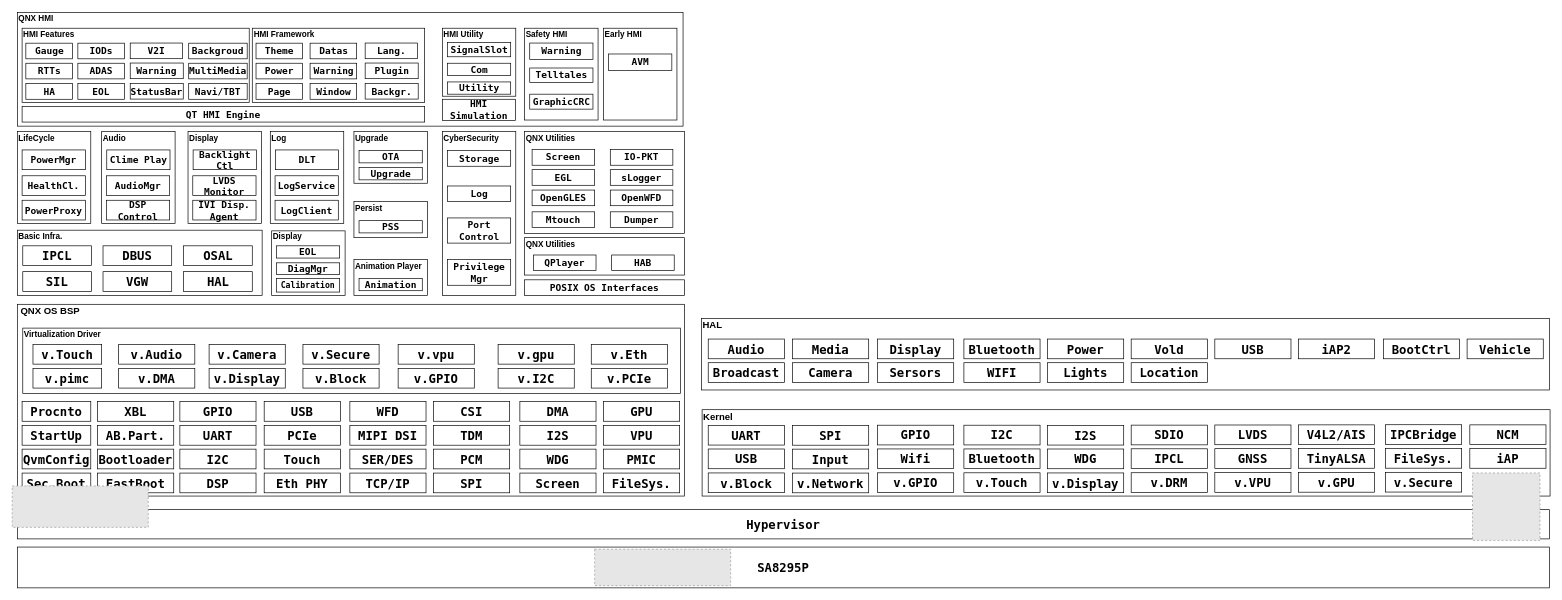
Above: AndroidAndQNX_8295.drawio in qxcjust/allkindsofArchitecture (draw.io), before the change. Source tidied: cells renumbered, new cells numbered last; positions are measured from the earlier drawing's top-left corner, leaving out a move shared by most shapes. Both pictures are drawn from the tidied source at 68%, with x=0, y=0 at pixel (12, 12). Pictures stored in the file or linked from it are replaced by grey dashed boxes.
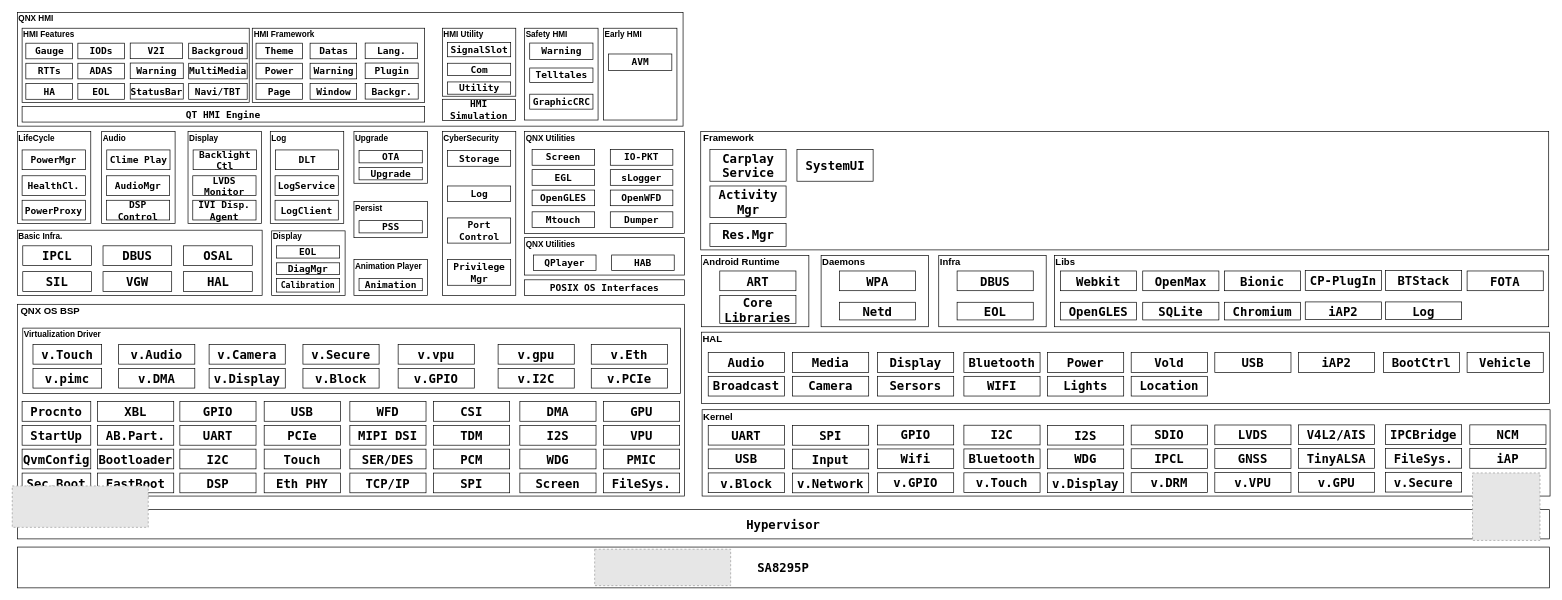
The same page after the edit.

The edit, as a diff of the source:
```diff
@@
     <mxCell id="194" style="rounded=0;whiteSpace=wrap;html=1;fontStyle=1;align=center;" parent="1" vertex="1">
-      <mxGeometry x="1013" y="451" width="1247" height="105" as="geometry" />
+      <mxGeometry x="1013" y="471" width="1247" height="105" as="geometry" />
     </mxCell>
     <mxCell id="195" value="&lt;font style=&quot;font-size: 14px;&quot;&gt;HAL&lt;/font&gt;" style="text;html=1;whiteSpace=wrap;strokeColor=none;fillColor=none;align=left;verticalAlign=middle;rounded=0;fontStyle=1;" parent="1" vertex="1">
-      <mxGeometry x="1013" y="451" width="121" height="19" as="geometry" />
+      <mxGeometry x="1013" y="471" width="121" height="19" as="geometry" />
     </mxCell>
     <mxCell id="196" value="&lt;font face=&quot;Lucida Console&quot;&gt;&lt;span style=&quot;font-size: 18px;&quot;&gt;Audio&lt;/span&gt;&lt;/font&gt;" style="rounded=0;whiteSpace=wrap;html=1;fontStyle=1;align=center;" parent="1" vertex="1">
-      <mxGeometry x="1023" y="481.1" width="112" height="29" as="geometry" />
+      <mxGeometry x="1023" y="501.1" width="112" height="29" as="geometry" />
     </mxCell>
     <mxCell id="197" value="&lt;font face=&quot;Lucida Console&quot;&gt;&lt;span style=&quot;font-size: 18px;&quot;&gt;Broadcast&lt;/span&gt;&lt;/font&gt;" style="rounded=0;whiteSpace=wrap;html=1;fontStyle=1;align=center;" parent="1" vertex="1">
-      <mxGeometry x="1023" y="515.9" width="112" height="29" as="geometry" />
+      <mxGeometry x="1023" y="535.9" width="112" height="29" as="geometry" />
     </mxCell>
     <mxCell id="198" value="&lt;font face=&quot;Lucida Console&quot;&gt;&lt;span style=&quot;font-size: 18px;&quot;&gt;Media&lt;/span&gt;&lt;/font&gt;" style="rounded=0;whiteSpace=wrap;html=1;fontStyle=1;align=center;" parent="1" vertex="1">
-      <mxGeometry x="1147" y="481.1" width="112" height="29" as="geometry" />
+      <mxGeometry x="1147" y="501.1" width="112" height="29" as="geometry" />
     </mxCell>
     <mxCell id="199" value="&lt;font face=&quot;Lucida Console&quot;&gt;&lt;span style=&quot;font-size: 18px;&quot;&gt;Camera&lt;/span&gt;&lt;/font&gt;" style="rounded=0;whiteSpace=wrap;html=1;fontStyle=1;align=center;" parent="1" vertex="1">
-      <mxGeometry x="1147" y="515.9" width="112" height="29" as="geometry" />
+      <mxGeometry x="1147" y="535.9" width="112" height="29" as="geometry" />
     </mxCell>
     <mxCell id="200" value="&lt;font face=&quot;Lucida Console&quot;&gt;&lt;span style=&quot;font-size: 18px;&quot;&gt;Display&lt;/span&gt;&lt;/font&gt;" style="rounded=0;whiteSpace=wrap;html=1;fontStyle=1;align=center;" parent="1" vertex="1">
-      <mxGeometry x="1272" y="481.1" width="112" height="29" as="geometry" />
+      <mxGeometry x="1272" y="501.1" width="112" height="29" as="geometry" />
     </mxCell>
     <mxCell id="201" value="&lt;font face=&quot;Lucida Console&quot;&gt;&lt;span style=&quot;font-size: 18px;&quot;&gt;Sersors&lt;/span&gt;&lt;/font&gt;" style="rounded=0;whiteSpace=wrap;html=1;fontStyle=1;align=center;" parent="1" vertex="1">
-      <mxGeometry x="1272" y="515.9" width="112" height="29" as="geometry" />
+      <mxGeometry x="1272" y="535.9" width="112" height="29" as="geometry" />
     </mxCell>
     <mxCell id="202" value="&lt;font face=&quot;Lucida Console&quot;&gt;&lt;span style=&quot;font-size: 18px;&quot;&gt;Bluetooth&lt;/span&gt;&lt;/font&gt;" style="rounded=0;whiteSpace=wrap;html=1;fontStyle=1;align=center;" parent="1" vertex="1">
-      <mxGeometry x="1399" y="481.1" width="112" height="29" as="geometry" />
+      <mxGeometry x="1399" y="501.1" width="112" height="29" as="geometry" />
     </mxCell>
     <mxCell id="203" value="&lt;font face=&quot;Lucida Console&quot;&gt;&lt;span style=&quot;font-size: 18px;&quot;&gt;WIFI&lt;/span&gt;&lt;/font&gt;" style="rounded=0;whiteSpace=wrap;html=1;fontStyle=1;align=center;" parent="1" vertex="1">
-      <mxGeometry x="1399" y="515.9" width="112" height="29" as="geometry" />
+      <mxGeometry x="1399" y="535.9" width="112" height="29" as="geometry" />
     </mxCell>
     <mxCell id="204" value="&lt;font face=&quot;Lucida Console&quot;&gt;&lt;span style=&quot;font-size: 18px;&quot;&gt;Power&lt;/span&gt;&lt;/font&gt;" style="rounded=0;whiteSpace=wrap;html=1;fontStyle=1;align=center;" parent="1" vertex="1">
-      <mxGeometry x="1522" y="481.1" width="112" height="29" as="geometry" />
+      <mxGeometry x="1522" y="501.1" width="112" height="29" as="geometry" />
     </mxCell>
     <mxCell id="205" value="&lt;font face=&quot;Lucida Console&quot;&gt;&lt;span style=&quot;font-size: 18px;&quot;&gt;Lights&lt;/span&gt;&lt;/font&gt;" style="rounded=0;whiteSpace=wrap;html=1;fontStyle=1;align=center;" parent="1" vertex="1">
-      <mxGeometry x="1522" y="515.9" width="112" height="29" as="geometry" />
+      <mxGeometry x="1522" y="535.9" width="112" height="29" as="geometry" />
     </mxCell>
     <mxCell id="206" value="&lt;font face=&quot;Lucida Console&quot;&gt;&lt;span style=&quot;font-size: 18px;&quot;&gt;Vold&lt;/span&gt;&lt;/font&gt;" style="rounded=0;whiteSpace=wrap;html=1;fontStyle=1;align=center;" parent="1" vertex="1">
-      <mxGeometry x="1645" y="481.1" width="112" height="29" as="geometry" />
+      <mxGeometry x="1645" y="501.1" width="112" height="29" as="geometry" />
     </mxCell>
     <mxCell id="207" value="&lt;font face=&quot;Lucida Console&quot;&gt;&lt;span style=&quot;font-size: 18px;&quot;&gt;Location&lt;/span&gt;&lt;/font&gt;" style="rounded=0;whiteSpace=wrap;html=1;fontStyle=1;align=center;" parent="1" vertex="1">
-      <mxGeometry x="1645" y="515.9" width="112" height="29" as="geometry" />
+      <mxGeometry x="1645" y="535.9" width="112" height="29" as="geometry" />
     </mxCell>
     <mxCell id="208" value="&lt;font face=&quot;Lucida Console&quot;&gt;&lt;span style=&quot;font-size: 18px;&quot;&gt;USB&lt;/span&gt;&lt;/font&gt;" style="rounded=0;whiteSpace=wrap;html=1;fontStyle=1;align=center;" parent="1" vertex="1">
-      <mxGeometry x="1768" y="481.1" width="112" height="29" as="geometry" />
+      <mxGeometry x="1768" y="501.1" width="112" height="29" as="geometry" />
     </mxCell>
     <mxCell id="209" value="&lt;font face=&quot;Lucida Console&quot;&gt;&lt;span style=&quot;font-size: 18px;&quot;&gt;BootCtrl&lt;/span&gt;&lt;/font&gt;" style="rounded=0;whiteSpace=wrap;html=1;fontStyle=1;align=center;" parent="1" vertex="1">
-      <mxGeometry x="2016" y="481.1" width="112" height="29" as="geometry" />
+      <mxGeometry x="2016" y="501.1" width="112" height="29" as="geometry" />
     </mxCell>
     <mxCell id="210" value="&lt;font face=&quot;Lucida Console&quot;&gt;&lt;span style=&quot;font-size: 18px;&quot;&gt;iAP2&lt;/span&gt;&lt;/font&gt;" style="rounded=0;whiteSpace=wrap;html=1;fontStyle=1;align=center;" parent="1" vertex="1">
-      <mxGeometry x="1891" y="481.1" width="112" height="29" as="geometry" />
+      <mxGeometry x="1891" y="501.1" width="112" height="29" as="geometry" />
     </mxCell>
     <mxCell id="211" value="&lt;font face=&quot;Lucida Console&quot;&gt;&lt;span style=&quot;font-size: 18px;&quot;&gt;Vehicle&lt;/span&gt;&lt;/font&gt;" style="rounded=0;whiteSpace=wrap;html=1;fontStyle=1;align=center;" parent="1" vertex="1">
-      <mxGeometry x="2139" y="481.1" width="112" height="29" as="geometry" />
+      <mxGeometry x="2139" y="501.1" width="112" height="29" as="geometry" />
     </mxCell>
+    <mxCell id="212" style="rounded=0;whiteSpace=wrap;html=1;fontStyle=1;align=center;" parent="1" vertex="1">
+      <mxGeometry x="1013" y="358" width="158" height="105" as="geometry" />
+    </mxCell>
+    <mxCell id="213" value="&lt;font style=&quot;font-size: 14px;&quot;&gt;Android Runtime&lt;/font&gt;" style="text;html=1;whiteSpace=wrap;strokeColor=none;fillColor=none;align=left;verticalAlign=middle;rounded=0;fontStyle=1;" parent="1" vertex="1">
+      <mxGeometry x="1013" y="358" width="121" height="19" as="geometry" />
+    </mxCell>
+    <mxCell id="214" value="&lt;font face=&quot;Lucida Console&quot;&gt;&lt;span style=&quot;font-size: 18px;&quot;&gt;ART&lt;/span&gt;&lt;/font&gt;" style="rounded=0;whiteSpace=wrap;html=1;fontStyle=1;align=center;" parent="1" vertex="1">
+      <mxGeometry x="1040" y="381" width="112" height="29" as="geometry" />
+    </mxCell>
+    <mxCell id="215" value="&lt;font face=&quot;Lucida Console&quot;&gt;&lt;span style=&quot;font-size: 18px;&quot;&gt;Core&lt;/span&gt;&lt;/font&gt;&lt;div&gt;&lt;font face=&quot;Lucida Console&quot;&gt;&lt;span style=&quot;font-size: 18px;&quot;&gt;Libraries&lt;/span&gt;&lt;/font&gt;&lt;/div&gt;" style="rounded=0;whiteSpace=wrap;html=1;fontStyle=1;align=center;" parent="1" vertex="1">
+      <mxGeometry x="1040" y="417" width="112" height="41" as="geometry" />
+    </mxCell>
+    <mxCell id="216" style="rounded=0;whiteSpace=wrap;html=1;fontStyle=1;align=center;" parent="1" vertex="1">
+      <mxGeometry x="1189" y="358" width="158" height="105" as="geometry" />
+    </mxCell>
+    <mxCell id="217" value="&lt;font style=&quot;font-size: 14px;&quot;&gt;Daemons&lt;/font&gt;" style="text;html=1;whiteSpace=wrap;strokeColor=none;fillColor=none;align=left;verticalAlign=middle;rounded=0;fontStyle=1;" parent="1" vertex="1">
+      <mxGeometry x="1189" y="358" width="121" height="19" as="geometry" />
+    </mxCell>
+    <mxCell id="218" value="&lt;font face=&quot;Lucida Console&quot;&gt;&lt;span style=&quot;font-size: 18px;&quot;&gt;WPA&lt;/span&gt;&lt;/font&gt;" style="rounded=0;whiteSpace=wrap;html=1;fontStyle=1;align=center;" parent="1" vertex="1">
+      <mxGeometry x="1216" y="381" width="112" height="29" as="geometry" />
+    </mxCell>
+    <mxCell id="219" value="&lt;font face=&quot;Lucida Console&quot;&gt;&lt;span style=&quot;font-size: 18px;&quot;&gt;Netd&lt;/span&gt;&lt;/font&gt;" style="rounded=0;whiteSpace=wrap;html=1;fontStyle=1;align=center;" parent="1" vertex="1">
+      <mxGeometry x="1216" y="427" width="112" height="26" as="geometry" />
+    </mxCell>
+    <mxCell id="220" style="rounded=0;whiteSpace=wrap;html=1;fontStyle=1;align=center;" parent="1" vertex="1">
+      <mxGeometry x="1362" y="358" width="158" height="105" as="geometry" />
+    </mxCell>
+    <mxCell id="221" value="&lt;font style=&quot;font-size: 14px;&quot;&gt;Infra&lt;/font&gt;" style="text;html=1;whiteSpace=wrap;strokeColor=none;fillColor=none;align=left;verticalAlign=middle;rounded=0;fontStyle=1;" parent="1" vertex="1">
+      <mxGeometry x="1362" y="358" width="121" height="19" as="geometry" />
+    </mxCell>
+    <mxCell id="222" value="&lt;font face=&quot;Lucida Console&quot;&gt;&lt;span style=&quot;font-size: 18px;&quot;&gt;DBUS&lt;/span&gt;&lt;/font&gt;" style="rounded=0;whiteSpace=wrap;html=1;fontStyle=1;align=center;" parent="1" vertex="1">
+      <mxGeometry x="1389" y="381" width="112" height="29" as="geometry" />
+    </mxCell>
+    <mxCell id="223" value="&lt;font face=&quot;Lucida Console&quot;&gt;&lt;span style=&quot;font-size: 18px;&quot;&gt;EOL&lt;/span&gt;&lt;/font&gt;" style="rounded=0;whiteSpace=wrap;html=1;fontStyle=1;align=center;" parent="1" vertex="1">
+      <mxGeometry x="1389" y="427" width="112" height="26" as="geometry" />
+    </mxCell>
+    <mxCell id="224" style="rounded=0;whiteSpace=wrap;html=1;fontStyle=1;align=center;" parent="1" vertex="1">
+      <mxGeometry x="1532" y="358" width="727" height="105" as="geometry" />
+    </mxCell>
+    <mxCell id="225" value="&lt;font style=&quot;font-size: 14px;&quot;&gt;Libs&lt;/font&gt;" style="text;html=1;whiteSpace=wrap;strokeColor=none;fillColor=none;align=left;verticalAlign=middle;rounded=0;fontStyle=1;" parent="1" vertex="1">
+      <mxGeometry x="1532" y="358" width="121" height="19" as="geometry" />
+    </mxCell>
+    <mxCell id="226" value="&lt;font face=&quot;Lucida Console&quot;&gt;&lt;span style=&quot;font-size: 18px;&quot;&gt;Webkit&lt;/span&gt;&lt;/font&gt;" style="rounded=0;whiteSpace=wrap;html=1;fontStyle=1;align=center;" parent="1" vertex="1">
+      <mxGeometry x="1541" y="381" width="112" height="29" as="geometry" />
+    </mxCell>
+    <mxCell id="227" value="&lt;font face=&quot;Lucida Console&quot;&gt;&lt;span style=&quot;font-size: 18px;&quot;&gt;OpenGLES&lt;/span&gt;&lt;/font&gt;" style="rounded=0;whiteSpace=wrap;html=1;fontStyle=1;align=center;" parent="1" vertex="1">
+      <mxGeometry x="1541" y="427" width="112" height="26" as="geometry" />
+    </mxCell>
+    <mxCell id="228" value="&lt;font face=&quot;Lucida Console&quot;&gt;&lt;span style=&quot;font-size: 18px;&quot;&gt;OpenMax&lt;/span&gt;&lt;/font&gt;" style="rounded=0;whiteSpace=wrap;html=1;fontStyle=1;align=center;" parent="1" vertex="1">
+      <mxGeometry x="1662" y="381" width="112" height="29" as="geometry" />
+    </mxCell>
+    <mxCell id="229" value="&lt;font face=&quot;Lucida Console&quot;&gt;&lt;span style=&quot;font-size: 18px;&quot;&gt;SQLite&lt;/span&gt;&lt;/font&gt;" style="rounded=0;whiteSpace=wrap;html=1;fontStyle=1;align=center;" parent="1" vertex="1">
+      <mxGeometry x="1662" y="427" width="112" height="26" as="geometry" />
+    </mxCell>
+    <mxCell id="230" value="&lt;font face=&quot;Lucida Console&quot;&gt;&lt;span style=&quot;font-size: 18px;&quot;&gt;Bionic&lt;/span&gt;&lt;/font&gt;" style="rounded=0;whiteSpace=wrap;html=1;fontStyle=1;align=center;" parent="1" vertex="1">
+      <mxGeometry x="1782" y="381" width="112" height="29" as="geometry" />
+    </mxCell>
+    <mxCell id="231" value="&lt;font face=&quot;Lucida Console&quot;&gt;&lt;span style=&quot;font-size: 18px;&quot;&gt;Chromium&lt;/span&gt;&lt;/font&gt;" style="rounded=0;whiteSpace=wrap;html=1;fontStyle=1;align=center;" parent="1" vertex="1">
+      <mxGeometry x="1782" y="427" width="112" height="26" as="geometry" />
+    </mxCell>
+    <mxCell id="232" value="&lt;font face=&quot;Lucida Console&quot;&gt;&lt;span style=&quot;font-size: 18px;&quot;&gt;CP-PlugIn&lt;/span&gt;&lt;/font&gt;" style="rounded=0;whiteSpace=wrap;html=1;fontStyle=1;align=center;" parent="1" vertex="1">
+      <mxGeometry x="1901" y="380.5" width="112" height="29" as="geometry" />
+    </mxCell>
+    <mxCell id="233" value="&lt;font face=&quot;Lucida Console&quot;&gt;&lt;span style=&quot;font-size: 18px;&quot;&gt;iAP2&lt;/span&gt;&lt;/font&gt;" style="rounded=0;whiteSpace=wrap;html=1;fontStyle=1;align=center;" parent="1" vertex="1">
+      <mxGeometry x="1901" y="426.5" width="112" height="26" as="geometry" />
+    </mxCell>
+    <mxCell id="234" value="&lt;font face=&quot;Lucida Console&quot;&gt;&lt;span style=&quot;font-size: 18px;&quot;&gt;BTStack&lt;/span&gt;&lt;/font&gt;" style="rounded=0;whiteSpace=wrap;html=1;fontStyle=1;align=center;" parent="1" vertex="1">
+      <mxGeometry x="2019" y="380.5" width="112" height="29" as="geometry" />
+    </mxCell>
+    <mxCell id="235" value="&lt;font face=&quot;Lucida Console&quot;&gt;&lt;span style=&quot;font-size: 18px;&quot;&gt;Log&lt;/span&gt;&lt;/font&gt;" style="rounded=0;whiteSpace=wrap;html=1;fontStyle=1;align=center;" parent="1" vertex="1">
+      <mxGeometry x="2019" y="426.5" width="112" height="26" as="geometry" />
+    </mxCell>
+    <mxCell id="236" value="&lt;font face=&quot;Lucida Console&quot;&gt;&lt;span style=&quot;font-size: 18px;&quot;&gt;FOTA&lt;/span&gt;&lt;/font&gt;" style="rounded=0;whiteSpace=wrap;html=1;fontStyle=1;align=center;" parent="1" vertex="1">
+      <mxGeometry x="2139" y="381" width="112" height="29" as="geometry" />
+    </mxCell>
+    <mxCell id="237" style="rounded=0;whiteSpace=wrap;html=1;fontStyle=1;align=center;" parent="1" vertex="1">
+      <mxGeometry x="1012" y="176" width="1247" height="174" as="geometry" />
+    </mxCell>
+    <mxCell id="238" value="&lt;font style=&quot;font-size: 14px;&quot;&gt;Framework&lt;/font&gt;" style="text;html=1;whiteSpace=wrap;strokeColor=none;fillColor=none;align=left;verticalAlign=middle;rounded=0;fontStyle=1;" parent="1" vertex="1">
+      <mxGeometry x="1014" y="176" width="121" height="19" as="geometry" />
+    </mxCell>
+    <mxCell id="239" value="&lt;font face=&quot;Lucida Console&quot;&gt;&lt;span style=&quot;font-size: 18px;&quot;&gt;Carplay&lt;/span&gt;&lt;/font&gt;&lt;div&gt;&lt;font face=&quot;Lucida Console&quot;&gt;&lt;span style=&quot;font-size: 18px;&quot;&gt;Service&lt;/span&gt;&lt;/font&gt;&lt;/div&gt;" style="rounded=0;whiteSpace=wrap;html=1;fontStyle=1;align=center;" parent="1" vertex="1">
+      <mxGeometry x="1025.5" y="202.5" width="112" height="46.5" as="geometry" />
+    </mxCell>
+    <mxCell id="240" value="&lt;font face=&quot;Lucida Console&quot;&gt;&lt;span style=&quot;font-size: 18px;&quot;&gt;SystemUI&lt;/span&gt;&lt;/font&gt;" style="rounded=0;whiteSpace=wrap;html=1;fontStyle=1;align=center;" parent="1" vertex="1">
+      <mxGeometry x="1153.5" y="202.5" width="112" height="46.5" as="geometry" />
+    </mxCell>
+    <mxCell id="241" value="&lt;font face=&quot;Lucida Console&quot;&gt;&lt;span style=&quot;font-size: 18px;&quot;&gt;Activity&lt;/span&gt;&lt;/font&gt;&lt;div&gt;&lt;font face=&quot;Lucida Console&quot;&gt;&lt;span style=&quot;font-size: 18px;&quot;&gt;Mgr&lt;/span&gt;&lt;/font&gt;&lt;/div&gt;" style="rounded=0;whiteSpace=wrap;html=1;fontStyle=1;align=center;" parent="1" vertex="1">
+      <mxGeometry x="1025.5" y="256" width="112" height="46.5" as="geometry" />
+    </mxCell>
+    <mxCell id="242" value="&lt;font face=&quot;Lucida Console&quot;&gt;&lt;span style=&quot;font-size: 18px;&quot;&gt;Res.Mgr&lt;/span&gt;&lt;/font&gt;" style="rounded=0;whiteSpace=wrap;html=1;fontStyle=1;align=center;" parent="1" vertex="1">
+      <mxGeometry x="1025.5" y="311" width="112" height="34" as="geometry" />
+    </mxCell>
```
